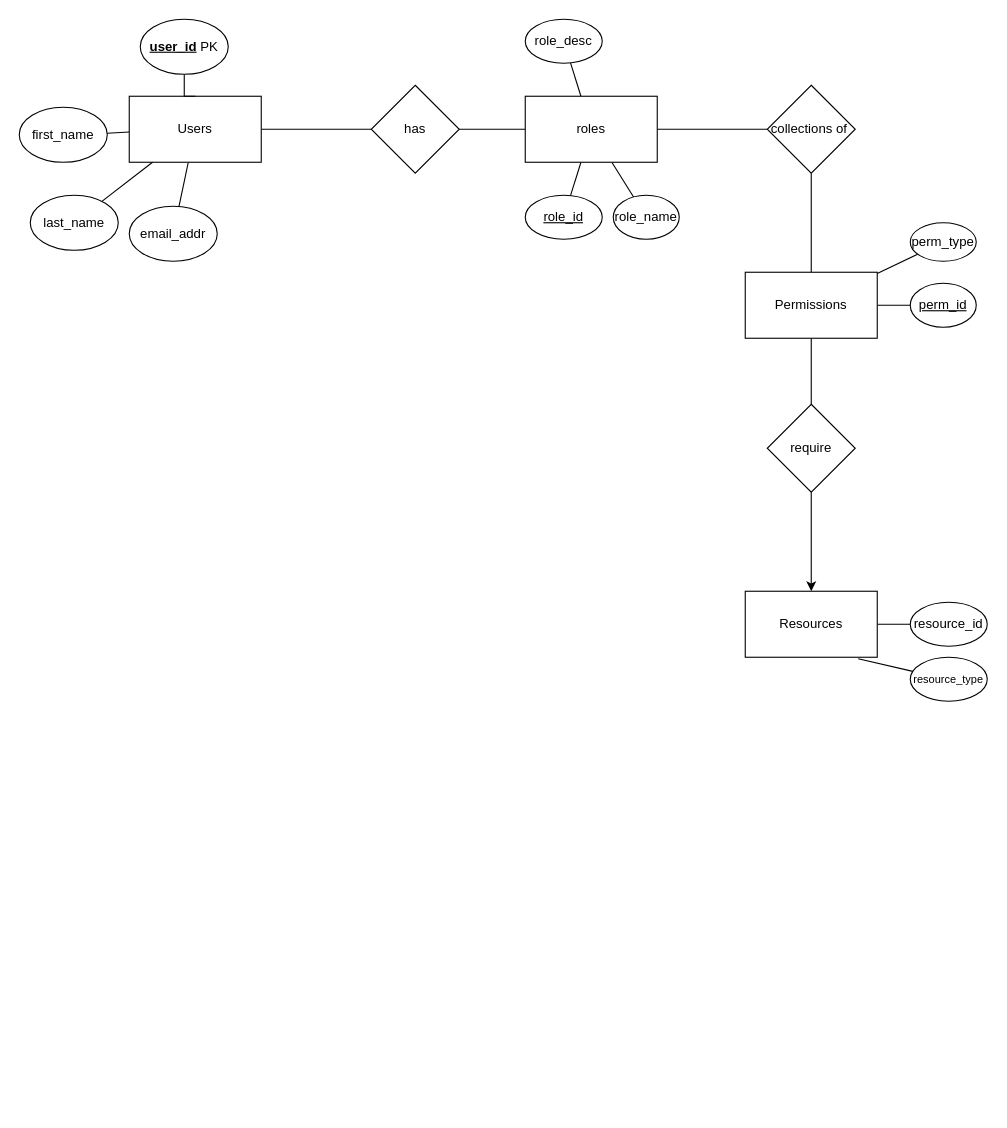
Before: ERdiagram.drawio in 5531CGASystem/CGA, a draw.io diagram. Source tidied: cells renumbered, new cells numbered last; positions are measured from the earlier drawing's top-left corner, leaving out a move shared by most shapes. Both pictures are drawn from the tidied source at 110%, with x=0, y=0 at pixel (19, 19).
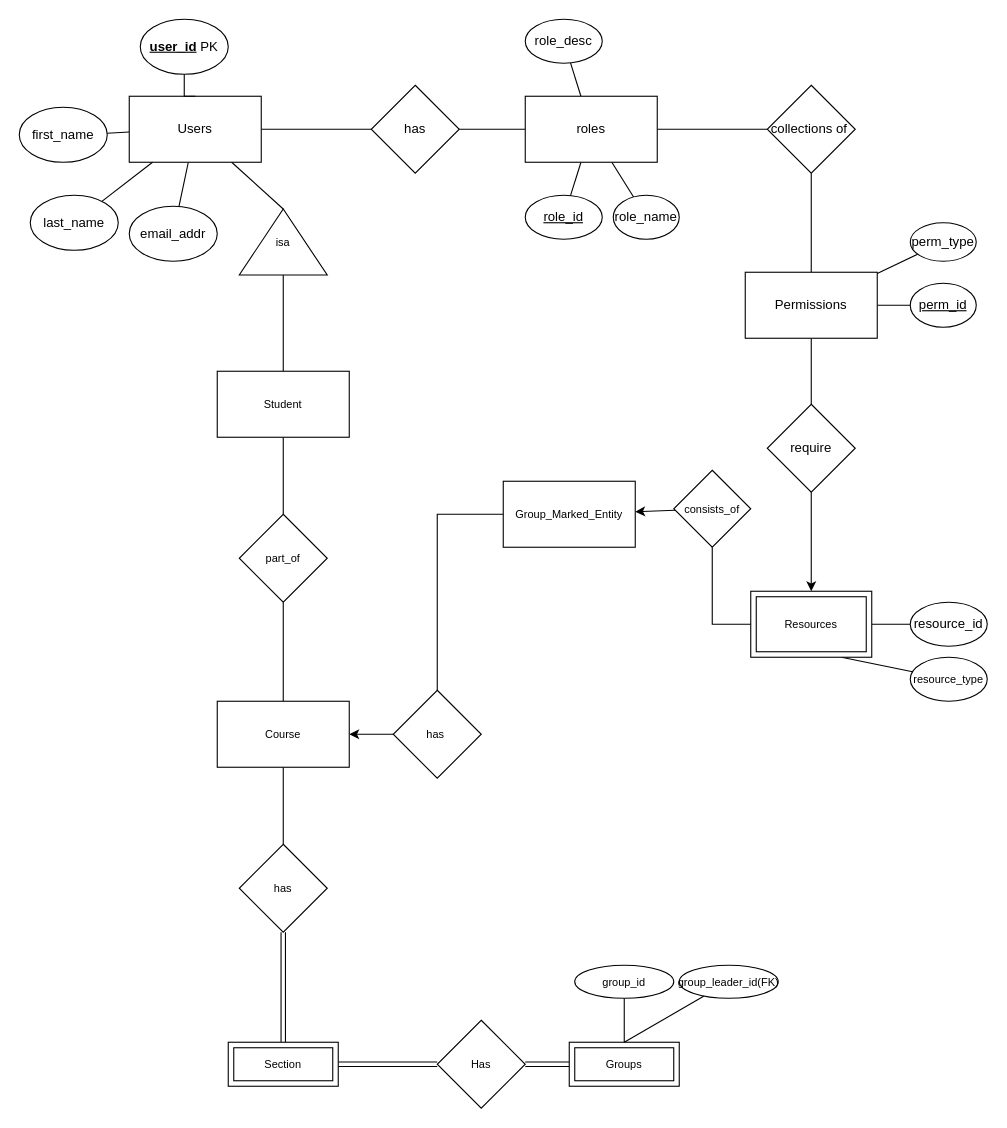
Above is the later version.

Commit message:
added course and group marked entity

The change refers to these unchanged cells:
```xml
<mxCell id="4" value="Users" style="rounded=0;whiteSpace=wrap;html=1;" parent="1" vertex="1">
  <mxGeometry x="100" y="70" width="120" height="60" as="geometry" />
</mxCell>
<mxCell id="29" value="require" style="rhombus;whiteSpace=wrap;html=1;rounded=0;" parent="1" vertex="1">
  <mxGeometry x="680" y="350" width="80" height="80" as="geometry" />
</mxCell>
<mxCell id="34" value="resource_id" style="ellipse;whiteSpace=wrap;html=1;rounded=0;" parent="1" vertex="1">
  <mxGeometry x="810" y="530" width="70" height="40" as="geometry" />
</mxCell>
<mxCell id="36" value="&lt;font style=&quot;font-size: 10px&quot;&gt;resource_type&lt;/font&gt;" style="ellipse;whiteSpace=wrap;html=1;rounded=0;" parent="1" vertex="1">
  <mxGeometry x="810" y="580" width="70" height="40" as="geometry" />
</mxCell>
```

Change to the diagram source:
```diff
@@
+    <mxCell id="37" style="edgeStyle=none;rounded=0;jettySize=auto;html=1;fontSize=10;endArrow=none;endFill=0;entryX=1;entryY=0.5;entryDx=0;entryDy=0;" parent="1" edge="1" source="4" target="39">
+      <mxGeometry relative="1" as="geometry" />
+    </mxCell>
@@
-    <mxCell id="28" style="edgeStyle=none;rounded=0;jettySize=auto;html=1;endArrow=classic;endFill=1;" parent="1" edge="1" source="29" target="31">
+    <mxCell id="28" style="edgeStyle=none;rounded=0;jettySize=auto;html=1;endArrow=classic;endFill=1;entryX=0.5;entryY=0;entryDx=0;entryDy=0;" parent="1" edge="1" source="29" target="31">
       <mxGeometry relative="1" as="geometry" />
     </mxCell>
@@
-    <mxCell id="30" style="edgeStyle=none;rounded=0;jettySize=auto;html=1;endArrow=none;endFill=0;" parent="1" edge="1" source="31" target="34">
+    <mxCell id="30" style="edgeStyle=none;rounded=0;jettySize=auto;html=1;endArrow=none;endFill=0;exitX=1;exitY=0.5;exitDx=0;exitDy=0;" parent="1" edge="1" source="31" target="34">
       <mxGeometry relative="1" as="geometry" />
     </mxCell>
-    <mxCell id="31" value="Resources" style="whiteSpace=wrap;html=1;rounded=0;" parent="1" vertex="1">
-      <mxGeometry x="660" y="520" width="120" height="60" as="geometry" />
-    </mxCell>
@@
-    <mxCell id="35" style="edgeStyle=none;rounded=0;jettySize=auto;html=1;endArrow=none;endFill=0;exitX=0.856;exitY=1.024;exitDx=0;exitDy=0;exitPerimeter=0;" parent="1" edge="1" source="31" target="36">
+    <mxCell id="35" style="edgeStyle=none;rounded=0;jettySize=auto;html=1;endArrow=none;endFill=0;exitX=0.75;exitY=1;exitDx=0;exitDy=0;" parent="1" edge="1" source="31" target="36">
       <mxGeometry relative="1" as="geometry" />
     </mxCell>
@@
+    <mxCell id="38" style="edgeStyle=none;rounded=0;jettySize=auto;html=1;fontSize=10;endArrow=none;endFill=0;" parent="1" edge="1" source="39" target="41">
+      <mxGeometry relative="1" as="geometry" />
+    </mxCell>
+    <mxCell id="39" value="isa" style="triangle;whiteSpace=wrap;html=1;fontSize=10;direction=north;" parent="1" vertex="1">
+      <mxGeometry x="200" y="172.5" width="80" height="60" as="geometry" />
+    </mxCell>
+    <mxCell id="40" style="edgeStyle=none;rounded=0;jettySize=auto;html=1;fontSize=10;endArrow=none;endFill=0;" parent="1" edge="1" source="41" target="43">
+      <mxGeometry relative="1" as="geometry" />
+    </mxCell>
+    <mxCell id="41" value="Student" style="whiteSpace=wrap;html=1;fontSize=10;" parent="1" vertex="1">
+      <mxGeometry x="180" y="320" width="120" height="60" as="geometry" />
+    </mxCell>
+    <mxCell id="42" style="edgeStyle=none;rounded=0;jettySize=auto;html=1;fontSize=10;endArrow=none;endFill=0;" parent="1" edge="1" source="43" target="46">
+      <mxGeometry relative="1" as="geometry" />
+    </mxCell>
+    <mxCell id="43" value="part_of" style="rhombus;whiteSpace=wrap;html=1;fontSize=10;" parent="1" vertex="1">
+      <mxGeometry x="200" y="450" width="80" height="80" as="geometry" />
+    </mxCell>
+    <mxCell id="44" style="edgeStyle=none;rounded=0;jettySize=auto;html=1;fontSize=10;endArrow=none;endFill=0;" parent="1" edge="1" source="46" target="48">
+      <mxGeometry relative="1" as="geometry" />
+    </mxCell>
+    <mxCell id="45" style="edgeStyle=none;rounded=0;jettySize=auto;html=1;fontSize=10;endArrow=none;endFill=0;startArrow=classic;startFill=1;" parent="1" edge="1" source="46" target="59">
+      <mxGeometry relative="1" as="geometry" />
+    </mxCell>
+    <mxCell id="46" value="Course" style="whiteSpace=wrap;html=1;fontSize=10;" parent="1" vertex="1">
+      <mxGeometry x="180" y="620" width="120" height="60" as="geometry" />
+    </mxCell>
+    <mxCell id="47" style="edgeStyle=none;rounded=0;jettySize=auto;html=1;fontSize=10;endArrow=none;endFill=0;entryX=0.5;entryY=0;entryDx=0;entryDy=0;shape=link;" parent="1" edge="1" source="48" target="50">
+      <mxGeometry relative="1" as="geometry" />
+    </mxCell>
+    <mxCell id="48" value="has" style="rhombus;whiteSpace=wrap;html=1;fontSize=10;" parent="1" vertex="1">
+      <mxGeometry x="200" y="750" width="80" height="80" as="geometry" />
+    </mxCell>
+    <mxCell id="49" style="edgeStyle=none;shape=link;rounded=0;jettySize=auto;html=1;fontSize=10;endArrow=none;endFill=0;" parent="1" edge="1" source="50" target="51">
+      <mxGeometry relative="1" as="geometry" />
+    </mxCell>
+    <mxCell id="50" value="Section" style="shape=ext;margin=3;double=1;whiteSpace=wrap;html=1;align=center;fontSize=10;strokeColor=default;fillColor=default;" parent="1" vertex="1">
+      <mxGeometry x="190" y="930" width="100" height="40" as="geometry" />
+    </mxCell>
+    <mxCell id="51" value="Has" style="rhombus;whiteSpace=wrap;html=1;fontSize=10;" parent="1" vertex="1">
+      <mxGeometry x="380" y="910" width="80" height="80" as="geometry" />
+    </mxCell>
+    <mxCell id="52" style="edgeStyle=none;shape=link;rounded=0;jettySize=auto;html=1;entryX=1;entryY=0.5;entryDx=0;entryDy=0;fontSize=10;endArrow=none;endFill=0;" parent="1" edge="1" source="54" target="51">
+      <mxGeometry relative="1" as="geometry" />
+    </mxCell>
+    <mxCell id="53" style="edgeStyle=none;rounded=0;jettySize=auto;html=1;fontSize=10;endArrow=none;endFill=0;" parent="1" edge="1" source="54" target="55">
+      <mxGeometry relative="1" as="geometry" />
+    </mxCell>
+    <mxCell id="54" value="Groups" style="shape=ext;margin=3;double=1;whiteSpace=wrap;html=1;align=center;fontSize=10;strokeColor=default;fillColor=default;" parent="1" vertex="1">
+      <mxGeometry x="500" y="930" width="100" height="40" as="geometry" />
+    </mxCell>
+    <mxCell id="55" value="group_id" style="ellipse;whiteSpace=wrap;html=1;fontSize=10;" parent="1" vertex="1">
+      <mxGeometry x="505" y="860" width="90" height="30" as="geometry" />
+    </mxCell>
+    <mxCell id="56" style="edgeStyle=none;rounded=0;jettySize=auto;html=1;fontSize=10;endArrow=none;endFill=0;exitX=0.5;exitY=0;exitDx=0;exitDy=0;exitPerimeter=0;" parent="1" edge="1" source="54" target="57">
+      <mxGeometry relative="1" as="geometry" />
+    </mxCell>
+    <mxCell id="57" value="group_leader_id(FK)" style="ellipse;whiteSpace=wrap;html=1;fontSize=10;" parent="1" vertex="1">
+      <mxGeometry x="600" y="860" width="90" height="30" as="geometry" />
+    </mxCell>
+    <mxCell id="31" value="Resources" style="shape=ext;margin=3;double=1;whiteSpace=wrap;html=1;align=center;fontSize=10;strokeColor=default;fillColor=default;" parent="1" vertex="1">
+      <mxGeometry x="665" y="520" width="110" height="60" as="geometry" />
+    </mxCell>
+    <mxCell id="58" style="edgeStyle=none;rounded=0;jettySize=auto;html=1;fontSize=10;startArrow=none;startFill=0;endArrow=none;endFill=0;entryX=0;entryY=0.5;entryDx=0;entryDy=0;" parent="1" edge="1" source="59" target="61">
+      <mxGeometry relative="1" as="geometry">
+        <Array as="points">
+          <mxPoint x="380" y="450" />
+        </Array>
+      </mxGeometry>
+    </mxCell>
+    <mxCell id="59" value="has&amp;nbsp;" style="rhombus;whiteSpace=wrap;html=1;fontSize=10;" parent="1" vertex="1">
+      <mxGeometry x="340" y="610" width="80" height="80" as="geometry" />
+    </mxCell>
+    <mxCell id="60" style="edgeStyle=none;rounded=0;jettySize=auto;html=1;fontSize=10;startArrow=classic;startFill=1;endArrow=none;endFill=0;" parent="1" edge="1" source="61" target="63">
+      <mxGeometry relative="1" as="geometry" />
+    </mxCell>
+    <mxCell id="61" value="Group_Marked_Entity" style="whiteSpace=wrap;html=1;fontSize=10;" parent="1" vertex="1">
+      <mxGeometry x="440" y="420" width="120" height="60" as="geometry" />
+    </mxCell>
+    <mxCell id="62" style="edgeStyle=none;rounded=0;jettySize=auto;html=1;entryX=0;entryY=0.5;entryDx=0;entryDy=0;fontSize=10;startArrow=none;startFill=0;endArrow=none;endFill=0;" parent="1" edge="1" source="63" target="31">
+      <mxGeometry relative="1" as="geometry">
+        <Array as="points">
+          <mxPoint x="630" y="550" />
+        </Array>
+      </mxGeometry>
+    </mxCell>
+    <mxCell id="63" value="consists_of" style="rhombus;whiteSpace=wrap;html=1;fontSize=10;" parent="1" vertex="1">
+      <mxGeometry x="595" y="410" width="70" height="70" as="geometry" />
+    </mxCell>
```
